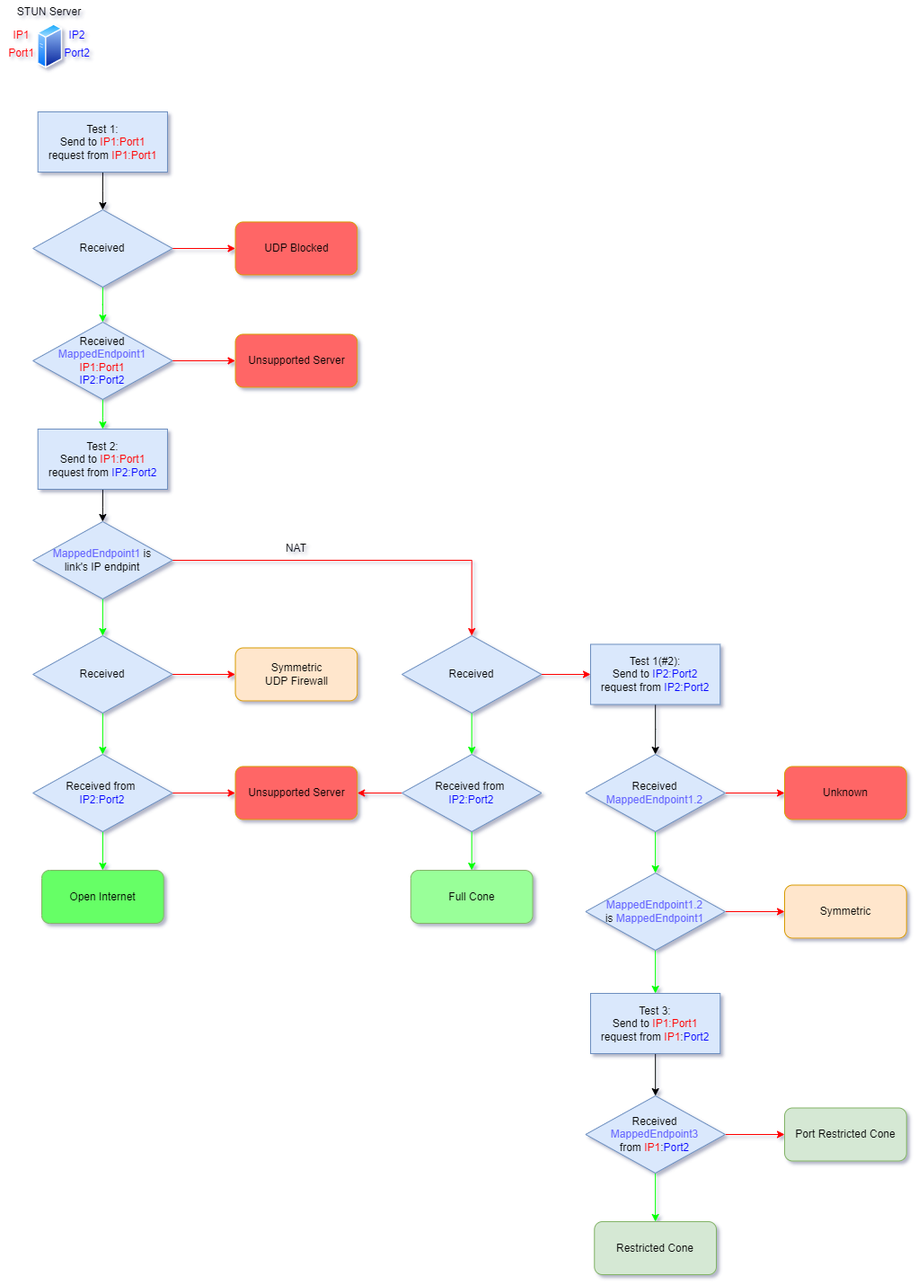
Before: pic/RFC3489.png, a diagram exported from draw.io (HMBSbige/NatTypeTester). Source tidied: cells renumbered, new cells last; positions are measured from the earlier drawing's top-left corner, leaving out a move shared by most shapes.
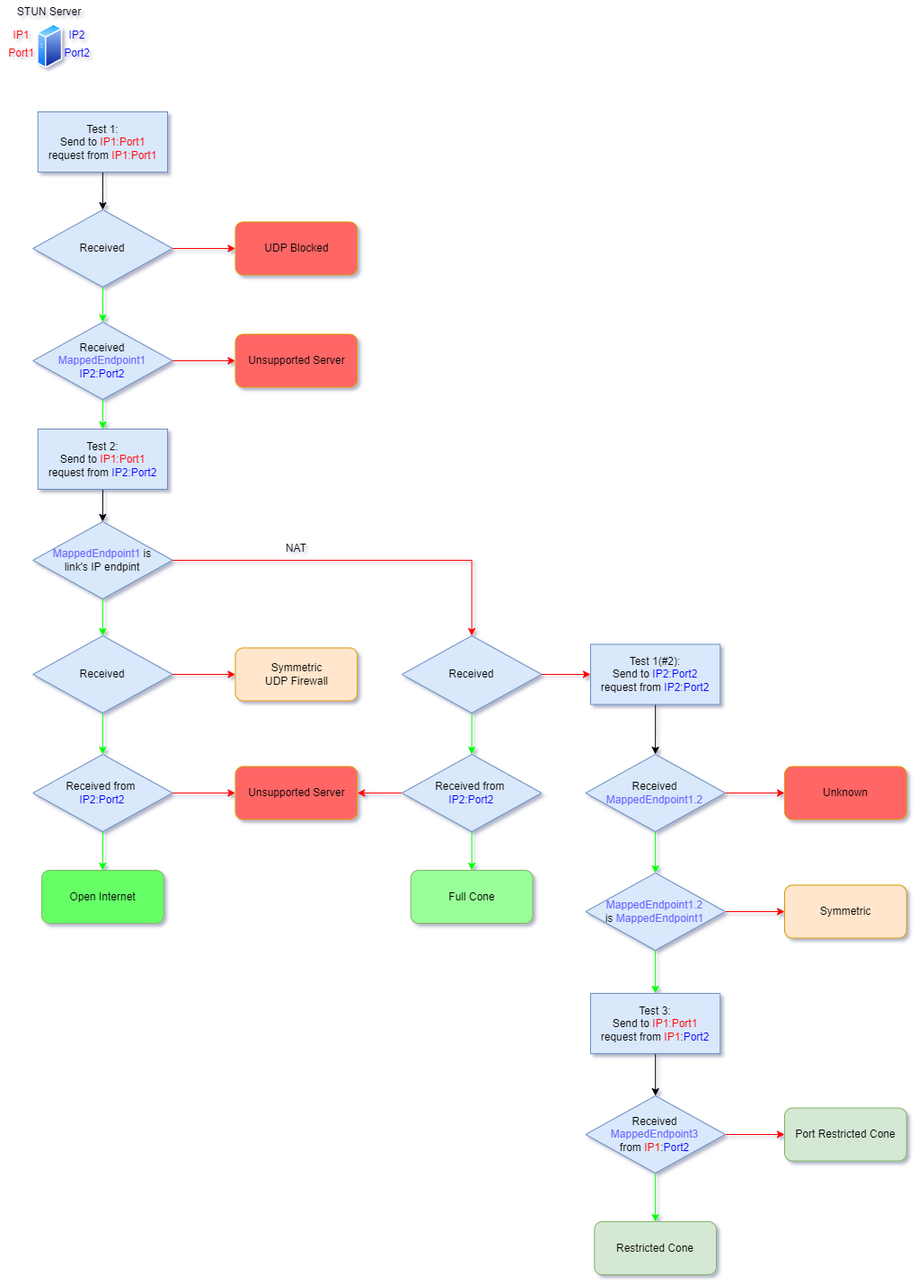
After the commit.

What changed in the source:
```diff
@@ -44,7 +44,7 @@
     <mxCell id="15" style="edgeStyle=orthogonalEdgeStyle;rounded=0;jettySize=auto;html=1;fontFamily=Helvetica;fontColor=#0000FF;strokeColor=#00FF00;" parent="1" edge="1" source="16" target="19">
       <mxGeometry relative="1" as="geometry" />
     </mxCell>
-    <mxCell id="16" value="Received&lt;br&gt;&lt;font color=&quot;#6666ff&quot;&gt;MappedEndpoint1&lt;/font&gt;&lt;br&gt;&lt;font color=&quot;#ff0000&quot;&gt;IP1:Port1&lt;/font&gt;&lt;br&gt;&lt;font color=&quot;#0000ff&quot;&gt;IP2:Port2&lt;/font&gt;" style="rhombus;whiteSpace=wrap;html=1;fillColor=#dae8fc;strokeColor=#6c8ebf;rounded=0;labelBackgroundColor=none;fillStyle=auto;" parent="1" vertex="1">
+    <mxCell id="16" value="Received&lt;br&gt;&lt;font color=&quot;#6666ff&quot;&gt;MappedEndpoint1&lt;/font&gt;&lt;br&gt;&lt;font color=&quot;#0000ff&quot;&gt;IP2:Port2&lt;/font&gt;" style="rhombus;whiteSpace=wrap;html=1;fillColor=#dae8fc;strokeColor=#6c8ebf;rounded=0;labelBackgroundColor=none;fillStyle=auto;" parent="1" vertex="1">
       <mxGeometry x="36.1" y="358" width="155.4" height="86" as="geometry" />
     </mxCell>
     <mxCell id="17" value="Unsupported Server" style="rounded=1;whiteSpace=wrap;html=1;labelBackgroundColor=none;fillStyle=auto;fontFamily=Helvetica;fillColor=#FF6666;strokeColor=#d79b00;" parent="1" vertex="1">
```
